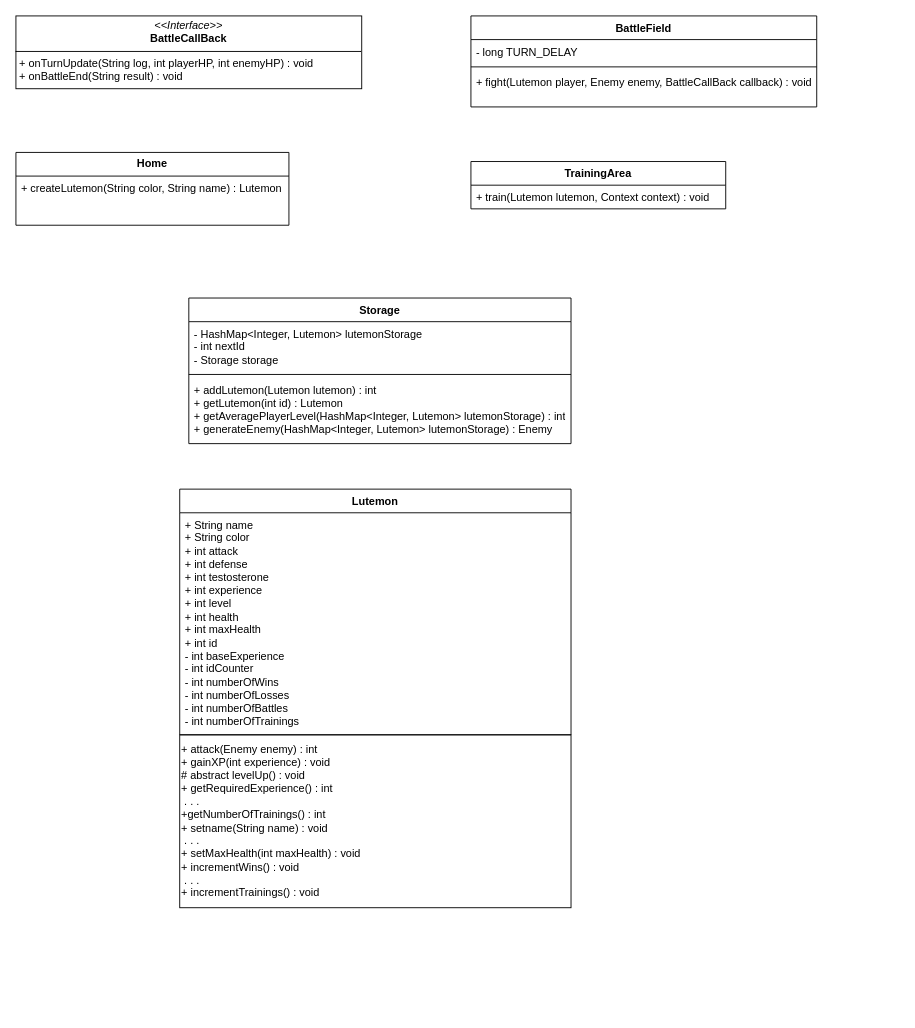
Before: Lutemon_UML_Diagram.drawio in remeseeli/Finno-Ugric-Lutemon, a draw.io diagram. Source tidied: cells renumbered, new cells numbered last; positions are measured from the earlier drawing's top-left corner, leaving out a move shared by most shapes. Both pictures are drawn from the tidied source at 91%, with x=0, y=0 at pixel (15, 15).
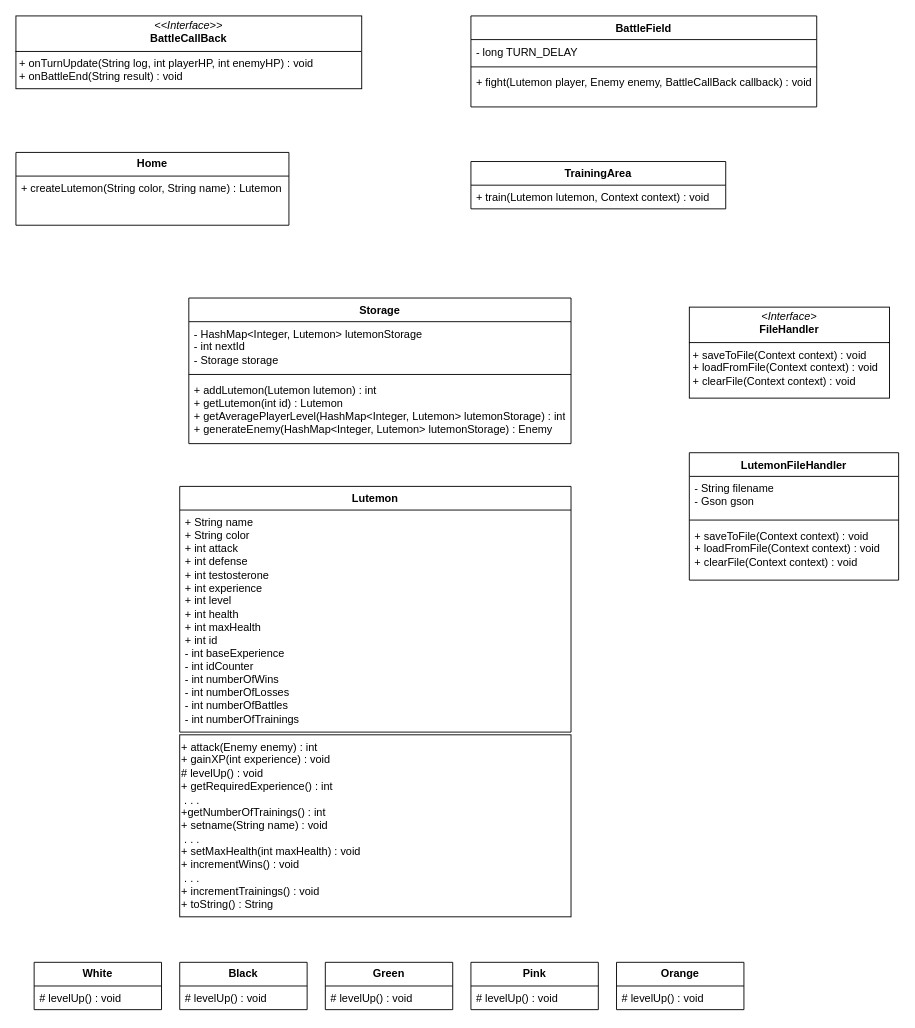
The same diagram, later.

Commit message:
UML Diagram finished excluding activities and utility classes like Wrappers and adapters

Change to the diagram source:
```diff
@@
     <mxCell id="15" value="Lutemon" style="swimlane;fontStyle=1;align=center;verticalAlign=top;horizontal=1;startSize=26;whiteSpace=wrap;html=1;" parent="1" vertex="1">
-      <mxGeometry x="180" y="520" width="430" height="270" as="geometry" />
+      <mxGeometry x="180" y="517" width="430" height="270" as="geometry" />
     </mxCell>
@@
-    <mxCell id="18" value="+ attack(Enemy enemy) : int&lt;div&gt;+ gainXP(int experience) : void&lt;/div&gt;&lt;div&gt;# abstract levelUp() : void&lt;/div&gt;&lt;div&gt;+ getRequiredExperience() : int&lt;/div&gt;&lt;div&gt;&amp;nbsp;. . .&lt;/div&gt;&lt;div&gt;+getNumberOfTrainings() : int&lt;/div&gt;&lt;div&gt;+ setname(String name) : void&lt;/div&gt;&lt;div&gt;&amp;nbsp;. . .&lt;/div&gt;&lt;div&gt;+ setMaxHealth(int maxHealth) : void&lt;/div&gt;&lt;div&gt;+ incrementWins() : void&lt;/div&gt;&lt;div&gt;&amp;nbsp;. . .&lt;/div&gt;&lt;div&gt;+ incrementTrainings() : void&lt;/div&gt;" style="html=1;whiteSpace=wrap;align=left;fillColor=none;" parent="1" vertex="1">
-      <mxGeometry x="180" y="790" width="430" height="190" as="geometry" />
+    <mxCell id="18" value="+ attack(Enemy enemy) : int&lt;div&gt;+ gainXP(int experience) : void&lt;/div&gt;&lt;div&gt;# levelUp() : void&lt;/div&gt;&lt;div&gt;+ getRequiredExperience() : int&lt;/div&gt;&lt;div&gt;&amp;nbsp;. . .&lt;/div&gt;&lt;div&gt;+getNumberOfTrainings() : int&lt;/div&gt;&lt;div&gt;+ setname(String name) : void&lt;/div&gt;&lt;div&gt;&amp;nbsp;. . .&lt;/div&gt;&lt;div&gt;+ setMaxHealth(int maxHealth) : void&lt;/div&gt;&lt;div&gt;+ incrementWins() : void&lt;/div&gt;&lt;div&gt;&amp;nbsp;. . .&lt;/div&gt;&lt;div&gt;+ incrementTrainings() : void&lt;/div&gt;&lt;div&gt;+ toString() : String&lt;/div&gt;" style="html=1;whiteSpace=wrap;align=left;fillColor=none;" parent="1" vertex="1">
+      <mxGeometry x="180" y="790" width="430" height="200" as="geometry" />
     </mxCell>
+    <mxCell id="19" value="&lt;b&gt;White&lt;/b&gt;" style="swimlane;fontStyle=0;horizontal=1;startSize=26;fillColor=none;whiteSpace=wrap;html=1;" parent="1" vertex="1">
+      <mxGeometry x="20" y="1040" width="140" height="52" as="geometry" />
+    </mxCell>
+    <mxCell id="20" value="# levelUp() : void" style="text;strokeColor=none;fillColor=none;align=left;verticalAlign=top;spacingLeft=4;spacingRight=4;overflow=hidden;whiteSpace=wrap;html=1;" parent="19" vertex="1">
+      <mxGeometry y="26" width="140" height="26" as="geometry" />
+    </mxCell>
+    <mxCell id="21" value="&lt;b&gt;Black&lt;/b&gt;" style="swimlane;fontStyle=0;horizontal=1;startSize=26;fillColor=none;whiteSpace=wrap;html=1;" parent="1" vertex="1">
+      <mxGeometry x="180" y="1040" width="140" height="52" as="geometry" />
+    </mxCell>
+    <mxCell id="22" value="# levelUp() : void" style="text;strokeColor=none;fillColor=none;align=left;verticalAlign=top;spacingLeft=4;spacingRight=4;overflow=hidden;whiteSpace=wrap;html=1;" parent="21" vertex="1">
+      <mxGeometry y="26" width="140" height="26" as="geometry" />
+    </mxCell>
+    <mxCell id="23" value="&lt;b&gt;Green&lt;/b&gt;" style="swimlane;fontStyle=0;horizontal=1;startSize=26;fillColor=none;whiteSpace=wrap;html=1;" parent="1" vertex="1">
+      <mxGeometry x="340" y="1040" width="140" height="52" as="geometry" />
+    </mxCell>
+    <mxCell id="24" value="# levelUp() : void" style="text;strokeColor=none;fillColor=none;align=left;verticalAlign=top;spacingLeft=4;spacingRight=4;overflow=hidden;whiteSpace=wrap;html=1;" parent="23" vertex="1">
+      <mxGeometry y="26" width="140" height="26" as="geometry" />
+    </mxCell>
+    <mxCell id="25" value="&lt;b&gt;Pink&lt;/b&gt;" style="swimlane;fontStyle=0;horizontal=1;startSize=26;fillColor=none;whiteSpace=wrap;html=1;" parent="1" vertex="1">
+      <mxGeometry x="500" y="1040" width="140" height="52" as="geometry" />
+    </mxCell>
+    <mxCell id="26" value="# levelUp() : void" style="text;strokeColor=none;fillColor=none;align=left;verticalAlign=top;spacingLeft=4;spacingRight=4;overflow=hidden;whiteSpace=wrap;html=1;" parent="25" vertex="1">
+      <mxGeometry y="26" width="140" height="26" as="geometry" />
+    </mxCell>
+    <mxCell id="27" value="&lt;b&gt;Orange&lt;/b&gt;" style="swimlane;fontStyle=0;horizontal=1;startSize=26;fillColor=none;whiteSpace=wrap;html=1;" parent="1" vertex="1">
+      <mxGeometry x="660" y="1040" width="140" height="52" as="geometry" />
+    </mxCell>
+    <mxCell id="28" value="# levelUp() : void" style="text;strokeColor=none;fillColor=none;align=left;verticalAlign=top;spacingLeft=4;spacingRight=4;overflow=hidden;whiteSpace=wrap;html=1;" parent="27" vertex="1">
+      <mxGeometry y="26" width="140" height="26" as="geometry" />
+    </mxCell>
+    <mxCell id="29" value="&lt;p style=&quot;margin:0px;margin-top:4px;text-align:center;&quot;&gt;&lt;i&gt;&amp;lt;Interface&amp;gt;&lt;/i&gt;&lt;br&gt;&lt;b&gt;FileHandler&lt;/b&gt;&lt;/p&gt;&lt;hr size=&quot;1&quot; style=&quot;border-style:solid;&quot;&gt;&lt;p style=&quot;margin:0px;margin-left:4px;&quot;&gt;+ saveToFile(Context context) : void&lt;br&gt;&lt;/p&gt;&lt;p style=&quot;margin:0px;margin-left:4px;&quot;&gt;+ loadFromFile(Context context) : void&lt;/p&gt;&lt;p style=&quot;margin:0px;margin-left:4px;&quot;&gt;+ clearFile(Context context) : void&lt;/p&gt;" style="verticalAlign=top;align=left;overflow=fill;html=1;whiteSpace=wrap;" parent="1" vertex="1">
+      <mxGeometry x="740" y="320" width="220" height="100" as="geometry" />
+    </mxCell>
+    <mxCell id="30" value="LutemonFileHandler" style="swimlane;fontStyle=1;align=center;verticalAlign=top;horizontal=1;startSize=26;whiteSpace=wrap;html=1;" parent="1" vertex="1">
+      <mxGeometry x="740" y="480" width="230" height="140" as="geometry" />
+    </mxCell>
+    <mxCell id="31" value="- String filename&lt;div&gt;- Gson gson&lt;/div&gt;" style="text;strokeColor=none;fillColor=none;align=left;verticalAlign=top;spacingLeft=4;spacingRight=4;overflow=hidden;whiteSpace=wrap;html=1;" parent="30" vertex="1">
+      <mxGeometry y="26" width="230" height="44" as="geometry" />
+    </mxCell>
+    <mxCell id="32" style="line;strokeWidth=1;fillColor=none;align=left;verticalAlign=middle;spacingTop=-1;spacingLeft=3;spacingRight=3;labelPosition=right;strokeColor=inherit;" parent="30" vertex="1">
+      <mxGeometry y="70" width="230" height="8" as="geometry" />
+    </mxCell>
+    <mxCell id="33" value="+ saveToFile(Context context) : void&lt;div&gt;+ loadFromFile(Context context) : void&lt;/div&gt;&lt;div&gt;+ clearFile(Context context) : void&lt;/div&gt;" style="text;strokeColor=none;fillColor=none;align=left;verticalAlign=top;spacingLeft=4;spacingRight=4;overflow=hidden;whiteSpace=wrap;html=1;" parent="30" vertex="1">
+      <mxGeometry y="78" width="230" height="62" as="geometry" />
+    </mxCell>
```
